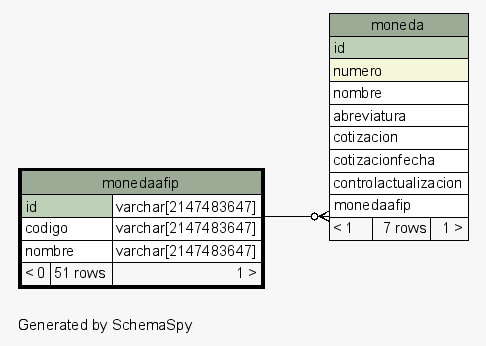
This is postgresql/schemaSpy/salida/diagrams/monedaafip.1degree.png from diegopablomansilla/massoftware_front, a Graphviz export, as it was before one commit. Its source is kept beside it as postgresql/schemaSpy/salida/diagrams/monedaafip.1degree.dot. The source it was exported from:
```dot
digraph "oneDegreeRelationshipsDiagram" {
  graph [
    rankdir="RL"
    bgcolor="#f7f7f7"
    label="\nGenerated by SchemaSpy"
    labeljust="l"
    nodesep="0.18"
    ranksep="0.46"
    fontname="Helvetica"
    fontsize="11"
  ];
  node [
    fontname="Helvetica"
    fontsize="11"
    shape="plaintext"
  ];
  edge [
    arrowsize="0.8"
  ];
  "moneda":"monedaafip":sw -> "monedaafip":"id.type":se [arrowhead=none dir=back arrowtail=crowodot];
  "moneda" [
    label=<
    <TABLE BORDER="0" CELLBORDER="1" CELLSPACING="0" BGCOLOR="#ffffff">
      <TR><TD COLSPAN="3" BGCOLOR="#9bab96" ALIGN="CENTER">moneda</TD></TR>
      <TR><TD PORT="id" COLSPAN="3" BGCOLOR="#bed1b8" ALIGN="LEFT">id</TD></TR>
      <TR><TD PORT="numero" COLSPAN="3" BGCOLOR="#f4f7da" ALIGN="LEFT">numero</TD></TR>
      <TR><TD PORT="nombre" COLSPAN="3" ALIGN="LEFT">nombre</TD></TR>
      <TR><TD PORT="abreviatura" COLSPAN="3" ALIGN="LEFT">abreviatura</TD></TR>
      <TR><TD PORT="cotizacion" COLSPAN="3" ALIGN="LEFT">cotizacion</TD></TR>
      <TR><TD PORT="cotizacionfecha" COLSPAN="3" ALIGN="LEFT">cotizacionfecha</TD></TR>
      <TR><TD PORT="controlactualizacion" COLSPAN="3" ALIGN="LEFT">controlactualizacion</TD></TR>
      <TR><TD PORT="monedaafip" COLSPAN="3" ALIGN="LEFT">monedaafip</TD></TR>
      <TR><TD ALIGN="LEFT" BGCOLOR="#f7f7f7">&lt; 1</TD><TD ALIGN="RIGHT" BGCOLOR="#f7f7f7">7 rows</TD><TD ALIGN="RIGHT" BGCOLOR="#f7f7f7">1 &gt;</TD></TR>
    </TABLE>>
    URL="moneda.html"
    tooltip="moneda"
  ];
  "monedaafip" [
    label=<
    <TABLE BORDER="2" CELLBORDER="1" CELLSPACING="0" BGCOLOR="#ffffff">
      <TR><TD COLSPAN="3" BGCOLOR="#9bab96" ALIGN="CENTER">monedaafip</TD></TR>
      <TR><TD PORT="id" COLSPAN="2" BGCOLOR="#bed1b8" ALIGN="LEFT">id</TD><TD PORT="id.type" ALIGN="LEFT">varchar[2147483647]</TD></TR>
      <TR><TD PORT="codigo" COLSPAN="2" ALIGN="LEFT">codigo</TD><TD PORT="codigo.type" ALIGN="LEFT">varchar[2147483647]</TD></TR>
      <TR><TD PORT="nombre" COLSPAN="2" ALIGN="LEFT">nombre</TD><TD PORT="nombre.type" ALIGN="LEFT">varchar[2147483647]</TD></TR>
      <TR><TD ALIGN="LEFT" BGCOLOR="#f7f7f7">&lt; 0</TD><TD ALIGN="RIGHT" BGCOLOR="#f7f7f7">51 rows</TD><TD ALIGN="RIGHT" BGCOLOR="#f7f7f7">1 &gt;</TD></TR>
    </TABLE>>
    URL="monedaafip.html"
    tooltip="monedaafip"
  ];
}
```
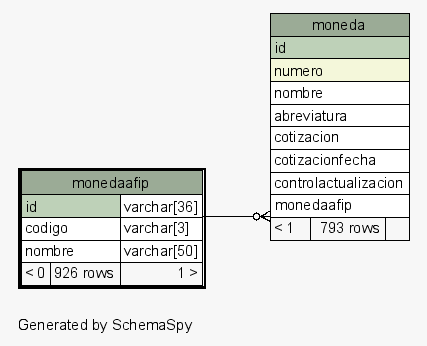
After the commit.

Change to the diagram source:
```diff
@@ -30,7 +30,7 @@
       <TR><TD PORT="cotizacionfecha" COLSPAN="3" ALIGN="LEFT">cotizacionfecha</TD></TR>
       <TR><TD PORT="controlactualizacion" COLSPAN="3" ALIGN="LEFT">controlactualizacion</TD></TR>
       <TR><TD PORT="monedaafip" COLSPAN="3" ALIGN="LEFT">monedaafip</TD></TR>
-      <TR><TD ALIGN="LEFT" BGCOLOR="#f7f7f7">&lt; 1</TD><TD ALIGN="RIGHT" BGCOLOR="#f7f7f7">7 rows</TD><TD ALIGN="RIGHT" BGCOLOR="#f7f7f7">1 &gt;</TD></TR>
+      <TR><TD ALIGN="LEFT" BGCOLOR="#f7f7f7">&lt; 1</TD><TD ALIGN="RIGHT" BGCOLOR="#f7f7f7">793 rows</TD><TD ALIGN="RIGHT" BGCOLOR="#f7f7f7">  </TD></TR>
     </TABLE>>
     URL="moneda.html"
     tooltip="moneda"
@@ -39,10 +39,10 @@
     label=<
     <TABLE BORDER="2" CELLBORDER="1" CELLSPACING="0" BGCOLOR="#ffffff">
       <TR><TD COLSPAN="3" BGCOLOR="#9bab96" ALIGN="CENTER">monedaafip</TD></TR>
-      <TR><TD PORT="id" COLSPAN="2" BGCOLOR="#bed1b8" ALIGN="LEFT">id</TD><TD PORT="id.type" ALIGN="LEFT">varchar[2147483647]</TD></TR>
-      <TR><TD PORT="codigo" COLSPAN="2" ALIGN="LEFT">codigo</TD><TD PORT="codigo.type" ALIGN="LEFT">varchar[2147483647]</TD></TR>
-      <TR><TD PORT="nombre" COLSPAN="2" ALIGN="LEFT">nombre</TD><TD PORT="nombre.type" ALIGN="LEFT">varchar[2147483647]</TD></TR>
-      <TR><TD ALIGN="LEFT" BGCOLOR="#f7f7f7">&lt; 0</TD><TD ALIGN="RIGHT" BGCOLOR="#f7f7f7">51 rows</TD><TD ALIGN="RIGHT" BGCOLOR="#f7f7f7">1 &gt;</TD></TR>
+      <TR><TD PORT="id" COLSPAN="2" BGCOLOR="#bed1b8" ALIGN="LEFT">id</TD><TD PORT="id.type" ALIGN="LEFT">varchar[36]</TD></TR>
+      <TR><TD PORT="codigo" COLSPAN="2" ALIGN="LEFT">codigo</TD><TD PORT="codigo.type" ALIGN="LEFT">varchar[3]</TD></TR>
+      <TR><TD PORT="nombre" COLSPAN="2" ALIGN="LEFT">nombre</TD><TD PORT="nombre.type" ALIGN="LEFT">varchar[50]</TD></TR>
+      <TR><TD ALIGN="LEFT" BGCOLOR="#f7f7f7">&lt; 0</TD><TD ALIGN="RIGHT" BGCOLOR="#f7f7f7">926 rows</TD><TD ALIGN="RIGHT" BGCOLOR="#f7f7f7">1 &gt;</TD></TR>
     </TABLE>>
     URL="monedaafip.html"
     tooltip="monedaafip"
```
